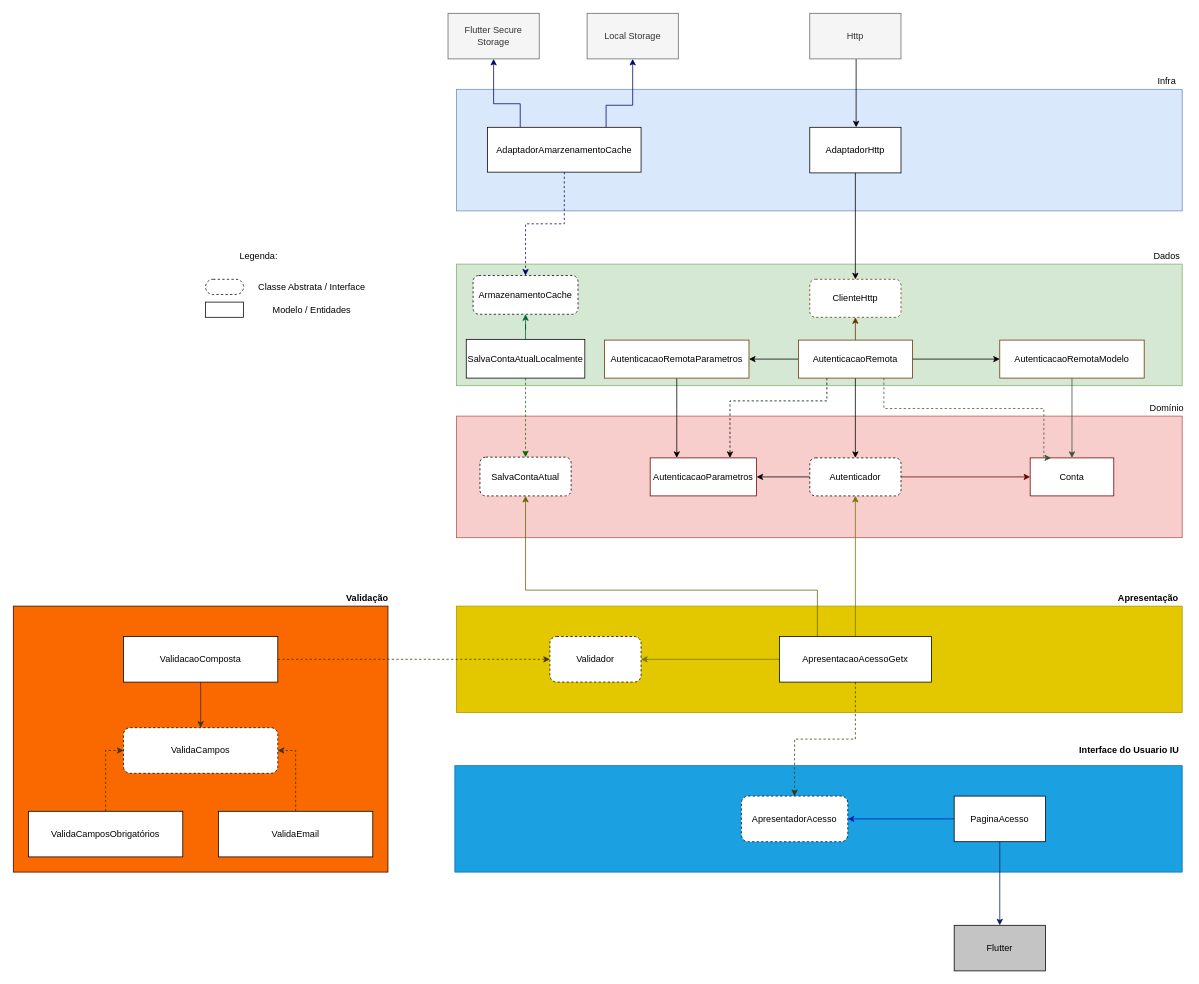
Before: page "Acesso" (1 of 2) of requisitos/Questionario - Flutter.drawio in brunopenha/questionario_flutter, a draw.io diagram. Source tidied: cells renumbered, new cells numbered last; positions are measured from the earlier drawing's top-left corner, leaving out a move shared by most shapes. Both pictures are drawn from the tidied source at 76%, with x=0, y=0 at pixel (13, 13).
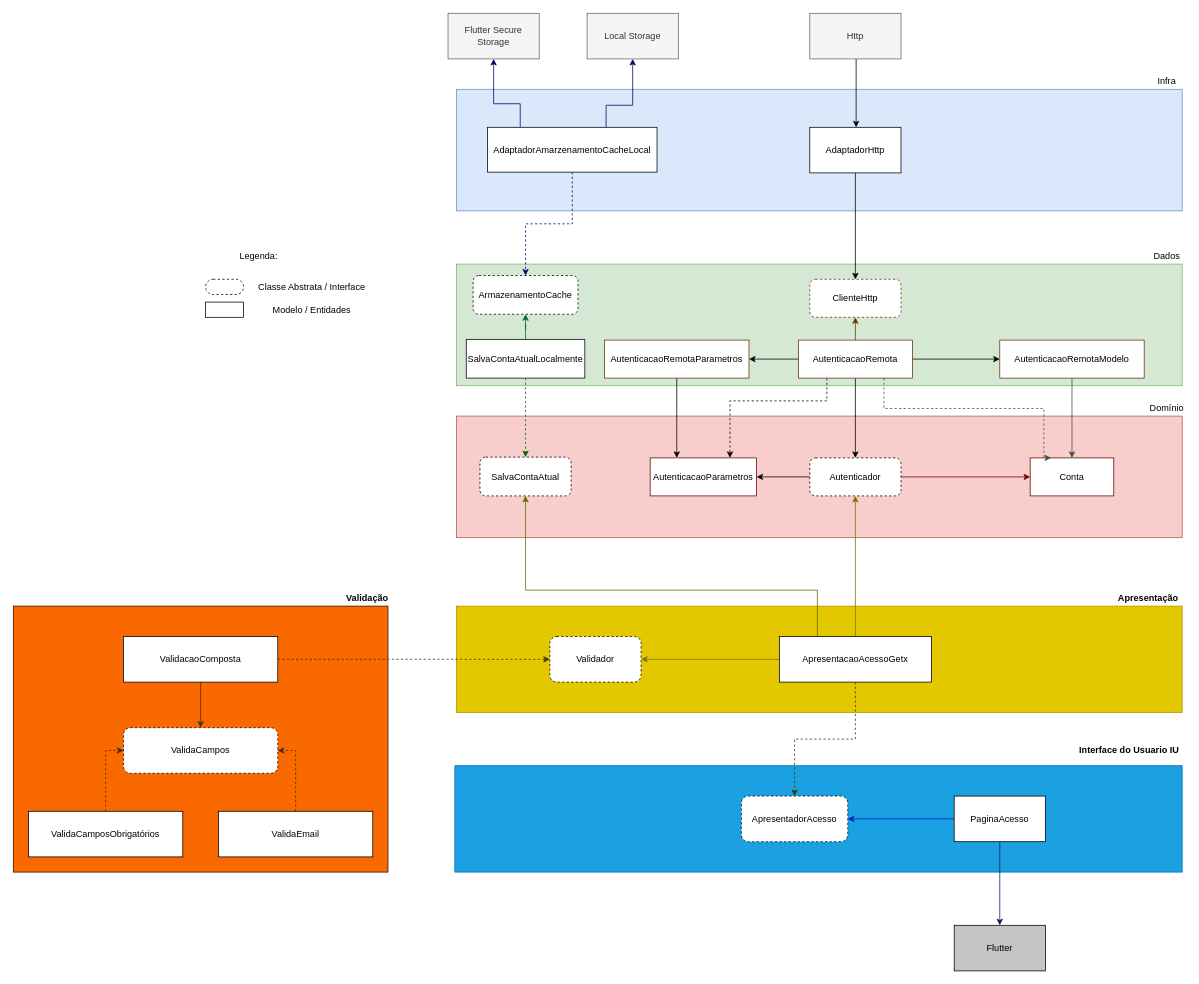
After the change.

Change to the diagram source:
```diff
@@
-    <mxCell id="68" value="AdaptadorAmarzenamentoCache" style="whiteSpace=wrap;html=1;rounded=0;" parent="1" vertex="1">
-      <mxGeometry x="624" y="150" width="202" height="59" as="geometry" />
+    <mxCell id="68" value="AdaptadorAmarzenamentoCacheLocal" style="whiteSpace=wrap;html=1;rounded=0;" parent="1" vertex="1">
+      <mxGeometry x="624" y="150" width="223" height="59" as="geometry" />
     </mxCell>
```
